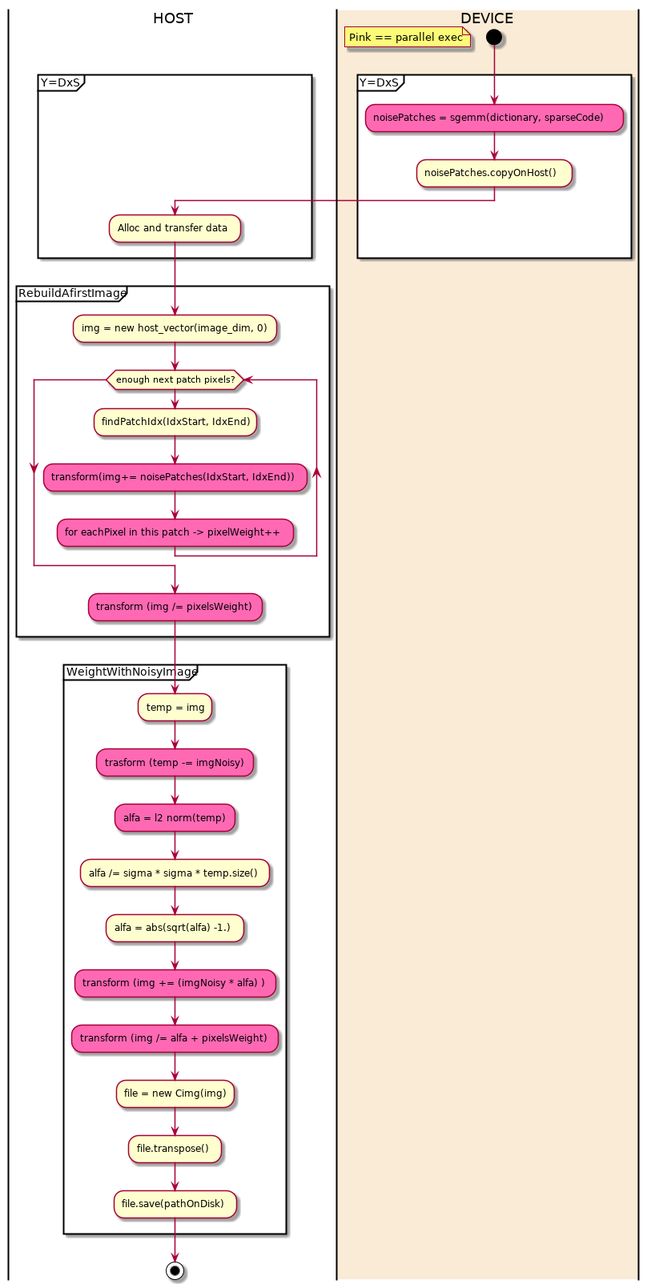
The PlantUML diagram uml/out/uml/src/BuildImageDenoisedDiagram.png in newfla/CUDA-K-SVD-Denoising, before a commit.
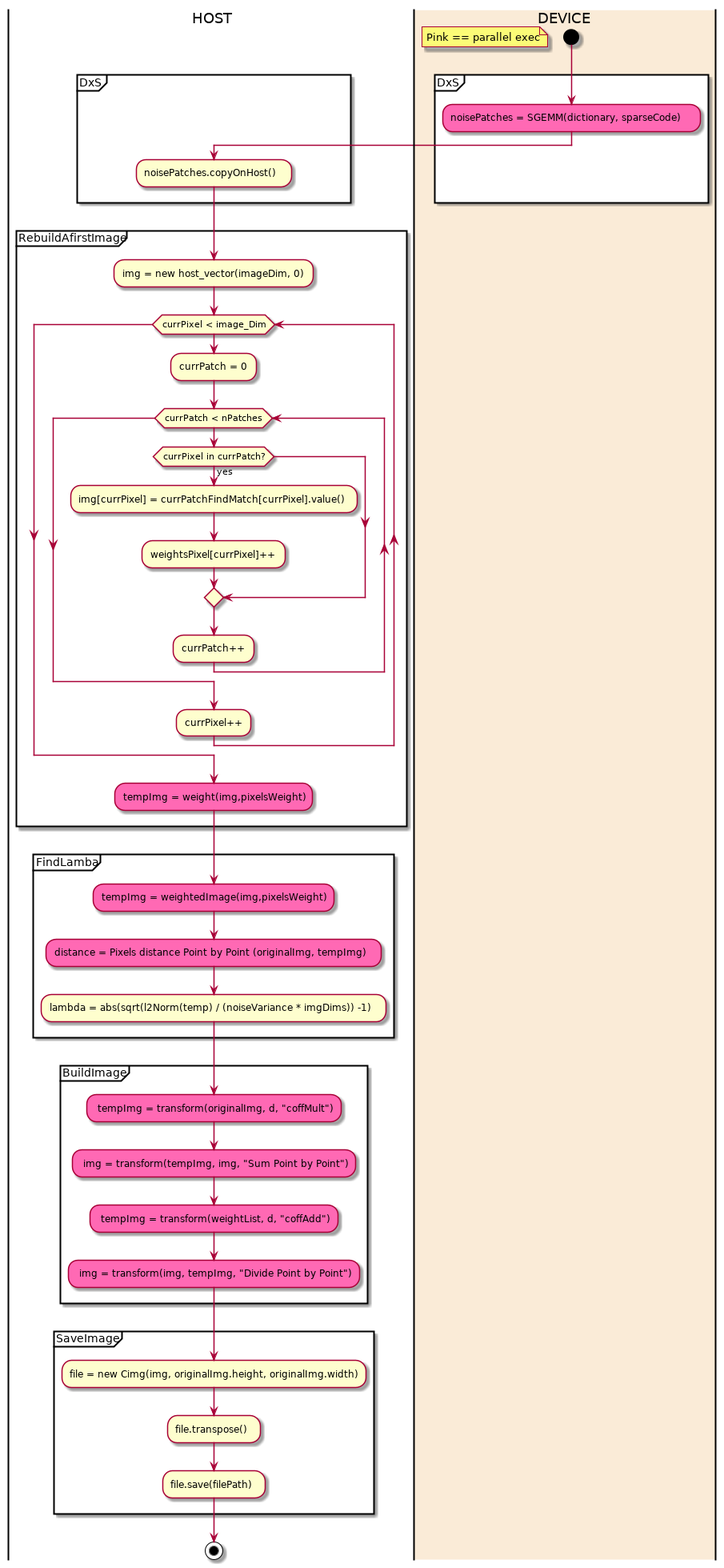
The same diagram one commit later.

The edit, as a diff of the source:
```diff
@@ -3,39 +3,48 @@
 |#AntiqueWhite|DEVICE|
 start
 floating note: Pink == parallel exec
-partition Y=DxS {
-        #HotPink:noisePatches = sgemm(dictionary, sparseCode);
-        :noisePatches.copyOnHost();
+partition DxS {
+    #HotPink:noisePatches = SGEMM(dictionary, sparseCode);
     |HOST|
-    :Alloc and transfer data;
+    :noisePatches.copyOnHost();
 }
 
 partition RebuildAfirstImage {
-    :img = new host_vector(image_dim, 0);
-    while (enough next patch pixels?)
-        :findPatchIdx(IdxStart, IdxEnd);
-        #HotPink:transform(img+= noisePatches(IdxStart, IdxEnd));
-        #HotPink:for eachPixel in this patch -> pixelWeight++;
+    :img = new host_vector(imageDim, 0);
+    while (currPixel < image_Dim)
+        :currPatch = 0;
+        while(currPatch < nPatches)
+            if(currPixel in currPatch?) then (yes)
+                :img[currPixel] = currPatchFindMatch[currPixel].value();
+                :weightsPixel[currPixel]++;
+            endif
+            :currPatch++;
+        endwhile
+        :currPixel++;
     endwhile
 
-        #HotPink:transform (img /= pixelsWeight);
+    #HotPink:tempImg = weight(img,pixelsWeight);
 }
 
-partition WeightWithNoisyImage {
-    :temp = img;
+partition FindLamba {
+    #HotPink:tempImg = weightedImage(img,pixelsWeight);
+    #HotPink:distance = Pixels distance Point by Point (originalImg, tempImg);
+    :lambda = abs(sqrt(l2Norm(temp) / (noiseVariance * imgDims)) -1);
+}
 
-        #HotPink:trasform (temp -= imgNoisy);
-        #HotPink:alfa = l2 norm(temp);
-    :alfa /= sigma * sigma * temp.size();
-    :alfa = abs(sqrt(alfa) -1.);
+partition BuildImage {
+    #HotPink: tempImg = transform(originalImg, d, "coffMult");
+    #HotPink: img = transform(tempImg, img, "Sum Point by Point");
+    #HotPink: tempImg = transform(weightList, d, "coffAdd");
+    #HotPink: img = transform(img, tempImg, "Divide Point by Point");
+}
 
-        #HotPink:transform (img += (imgNoisy * alfa) );
-        #HotPink:transform (img /= alfa + pixelsWeight);
+partition SaveImage {
+    :file = new Cimg(img, originalImg.height, originalImg.width);
+    :file.transpose();
+    :file.save(filePath);
+}
 
-    :file = new Cimg(img);
-    :file.transpose();
-    :file.save(pathOnDisk);
-}
 stop
 
 
```
